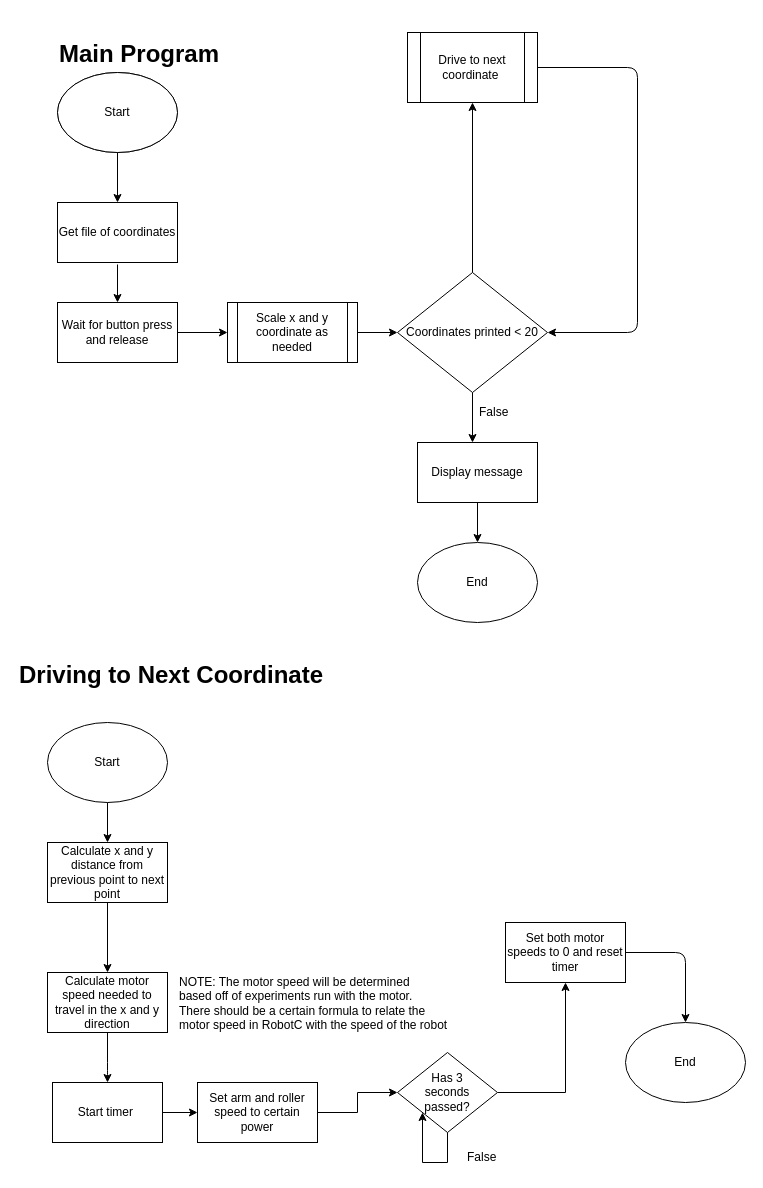
AveryChiu64/GraphingRobot keeps this draw.io diagram as RobotFlowChart.drawio. Above is the earlier version. Source tidied: cells renumbered, new cells numbered last; positions are measured from the earlier drawing's top-left corner, leaving out a move shared by most shapes. Both pictures are drawn from the tidied source at 100%, with x=0, y=0 at pixel (17, 17).
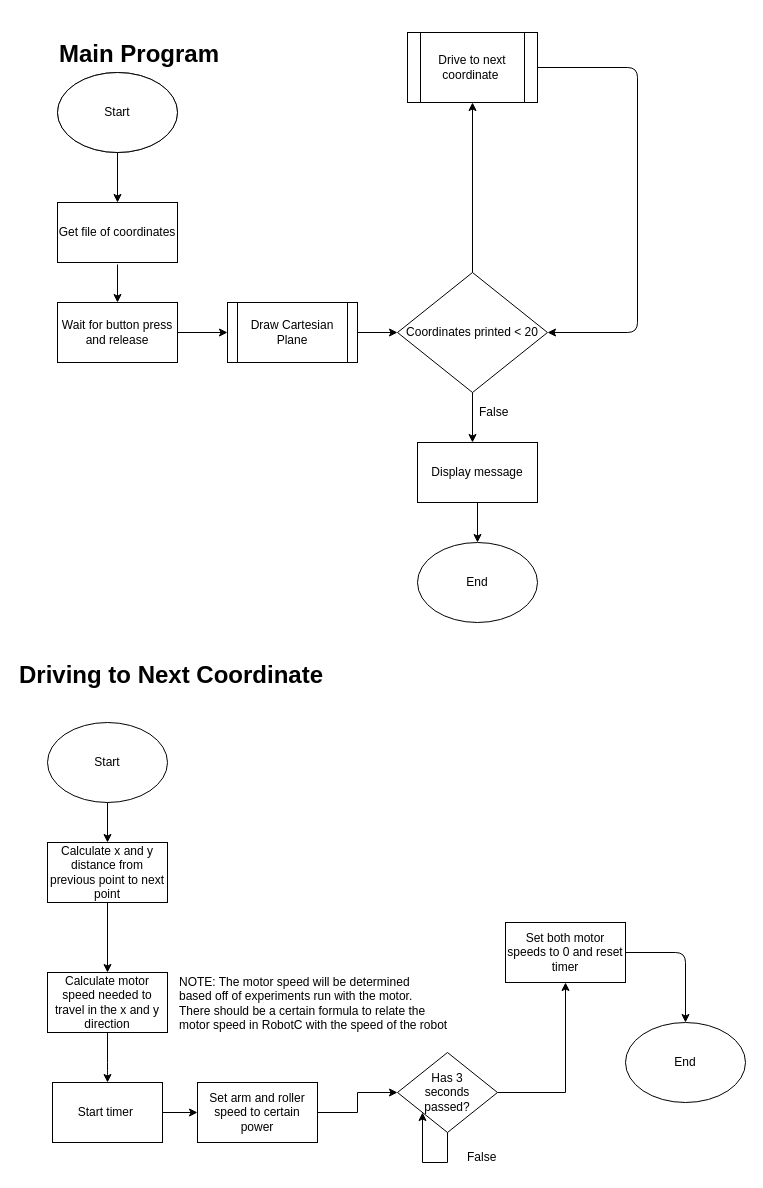
After the change.

Change to the diagram source:
```diff
@@
-    <mxCell id="9" value="Scale x and y coordinate as&lt;br&gt;&amp;nbsp;needed&amp;nbsp;" style="rounded=0;whiteSpace=wrap;html=1;" parent="1" vertex="1">
+    <mxCell id="9" value="Draw Cartesian&lt;br&gt;Plane" style="rounded=0;whiteSpace=wrap;html=1;" parent="1" vertex="1">
       <mxGeometry x="210" y="285" width="130" height="60" as="geometry" />
     </mxCell>
```
